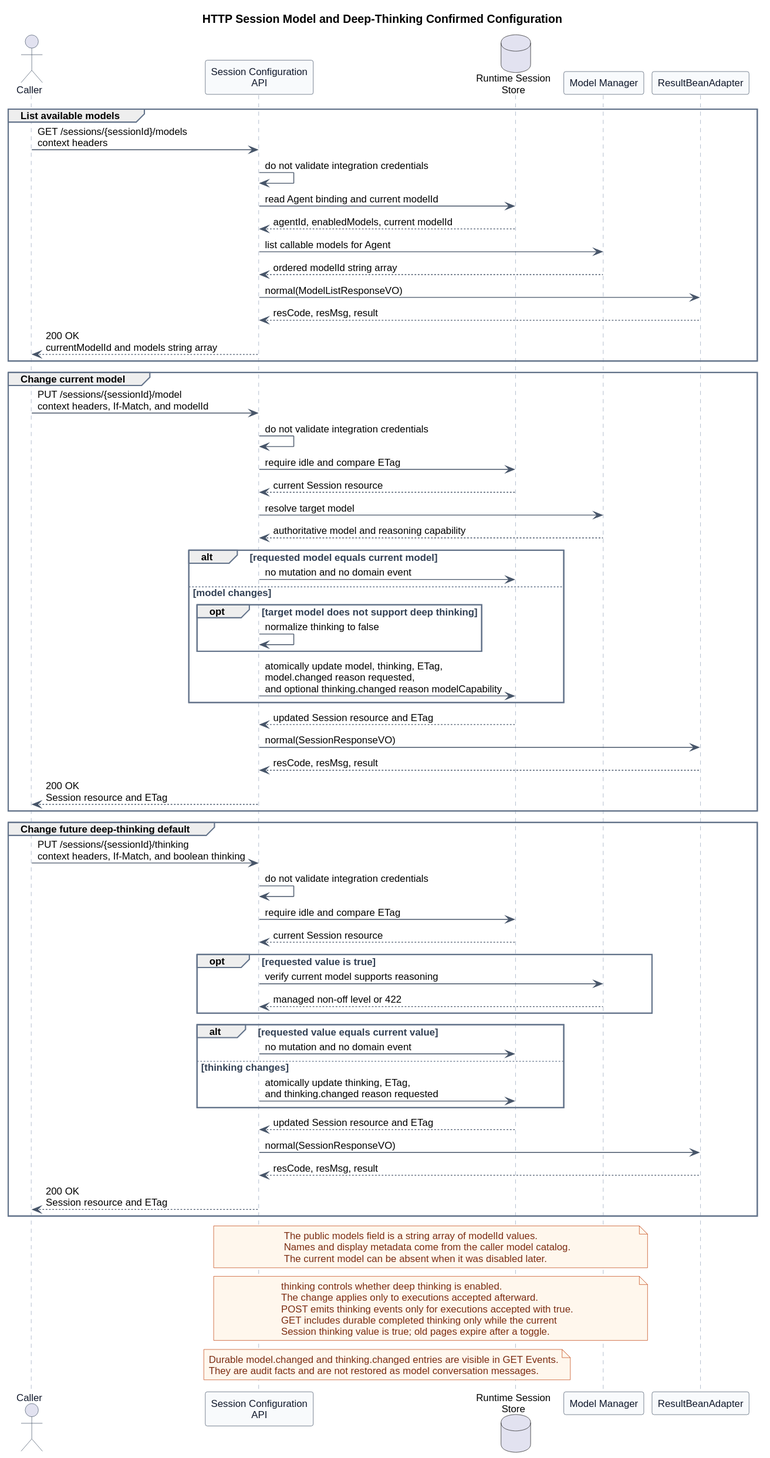
ssm0808/pi-mono-java-design keeps this PlantUML diagram as 01-总体架构/01-CampusClaw多Agent运行时/设计图/会话配置/http_session_model_configuration.svg. Above is the earlier version. The source it was exported from:
```plantuml
@startuml
title HTTP Session Model and Deep-Thinking Confirmed Configuration


skinparam backgroundColor #FFFFFF
skinparam shadowing false
skinparam defaultFontName Arial
skinparam defaultFontSize 12
skinparam sequence {
  ArrowColor #475569
  ActorBorderColor #475569
  ActorFontColor #0F172A
  LifeLineBorderColor #94A3B8
  LifeLineBackgroundColor #F8FAFC
  ParticipantBorderColor #475569
  ParticipantBackgroundColor #F8FAFC
  ParticipantFontColor #0F172A
  GroupBorderColor #64748B
  GroupFontColor #334155
}
skinparam note {
  BackgroundColor #FFF7ED
  BorderColor #C2410C
  FontColor #7C2D12
}

actor Caller
participant "Session Configuration\nAPI" as API
database "Runtime Session\nStore" as Store
participant "Model Manager" as Models
participant ResultBeanAdapter

group List available models
  Caller -> API : GET /sessions/{sessionId}/models\ncontext headers
  API -> API : do not validate integration credentials
  API -> Store : read Agent binding and current modelId
  Store --> API : agentId, enabledModels, current modelId
  API -> Models : list callable models for Agent
  Models --> API : ordered modelId string array
  API -> ResultBeanAdapter : normal(ModelListResponseVO)
  ResultBeanAdapter --> API : resCode, resMsg, result
  API --> Caller : 200 OK\ncurrentModelId and models string array
end

group Change current model
  Caller -> API : PUT /sessions/{sessionId}/model\ncontext headers, If-Match, and modelId
  API -> API : do not validate integration credentials
  API -> Store : require idle and compare ETag
  Store --> API : current Session resource
  API -> Models : resolve target model
  Models --> API : authoritative model and reasoning capability
  alt requested model equals current model
    API -> Store : no mutation and no domain event
  else model changes
    opt target model does not support deep thinking
      API -> API : normalize thinking to false
    end
    API -> Store : atomically update model, thinking, ETag,\nmodel.changed reason requested,\nand optional thinking.changed reason modelCapability
  end
  Store --> API : updated Session resource and ETag
  API -> ResultBeanAdapter : normal(SessionResponseVO)
  ResultBeanAdapter --> API : resCode, resMsg, result
  API --> Caller : 200 OK\nSession resource and ETag
end

group Change future deep-thinking default
  Caller -> API : PUT /sessions/{sessionId}/thinking\ncontext headers, If-Match, and boolean thinking
  API -> API : do not validate integration credentials
  API -> Store : require idle and compare ETag
  Store --> API : current Session resource
  opt requested value is true
    API -> Models : verify current model supports reasoning
    Models --> API : managed non-off level or 422
  end
  alt requested value equals current value
    API -> Store : no mutation and no domain event
  else thinking changes
    API -> Store : atomically update thinking, ETag,\nand thinking.changed reason requested
  end
  Store --> API : updated Session resource and ETag
  API -> ResultBeanAdapter : normal(SessionResponseVO)
  ResultBeanAdapter --> API : resCode, resMsg, result
  API --> Caller : 200 OK\nSession resource and ETag
end

note over API,Models
The public models field is a string array of modelId values.
Names and display metadata come from the caller model catalog.
The current model can be absent when it was disabled later.
end note

note over API,Models
thinking controls whether deep thinking is enabled.
The change applies only to executions accepted afterward.
POST emits thinking events only for executions accepted with true.
GET includes durable completed thinking only while the current
Session thinking value is true; old pages expire after a toggle.
end note

note over API,Store
Durable model.changed and thinking.changed entries are visible in GET Events.
They are audit facts and are not restored as model conversation messages.
end note
@enduml
```
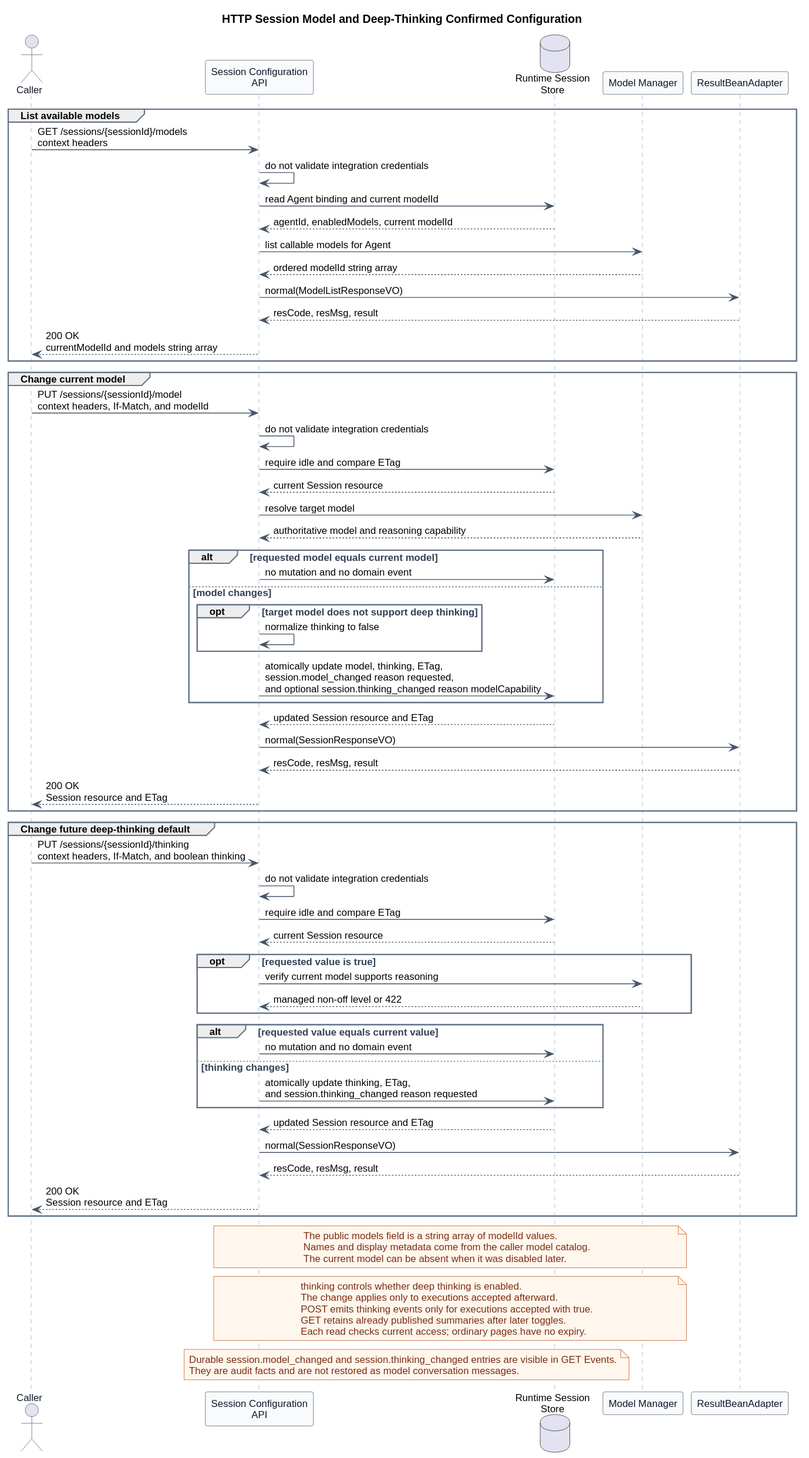
Later version of the same file.

Diff of the diagram source:
```diff
@@ -55,7 +55,7 @@
     opt target model does not support deep thinking
       API -> API : normalize thinking to false
     end
-    API -> Store : atomically update model, thinking, ETag,\nmodel.changed reason requested,\nand optional thinking.changed reason modelCapability
+    API -> Store : atomically update model, thinking, ETag,\nsession.model_changed reason requested,\nand optional session.thinking_changed reason modelCapability
   end
   Store --> API : updated Session resource and ETag
   API -> ResultBeanAdapter : normal(SessionResponseVO)
@@ -75,7 +75,7 @@
   alt requested value equals current value
     API -> Store : no mutation and no domain event
   else thinking changes
-    API -> Store : atomically update thinking, ETag,\nand thinking.changed reason requested
+    API -> Store : atomically update thinking, ETag,\nand session.thinking_changed reason requested
   end
   Store --> API : updated Session resource and ETag
   API -> ResultBeanAdapter : normal(SessionResponseVO)
@@ -93,12 +93,12 @@
 thinking controls whether deep thinking is enabled.
 The change applies only to executions accepted afterward.
 POST emits thinking events only for executions accepted with true.
-GET includes durable completed thinking only while the current
-Session thinking value is true; old pages expire after a toggle.
+GET retains already published summaries after later toggles.
+Each read checks current access; ordinary pages have no expiry.
 end note
 
 note over API,Store
-Durable model.changed and thinking.changed entries are visible in GET Events.
+Durable session.model_changed and session.thinking_changed entries are visible in GET Events.
 They are audit facts and are not restored as model conversation messages.
 end note
 @enduml
```
